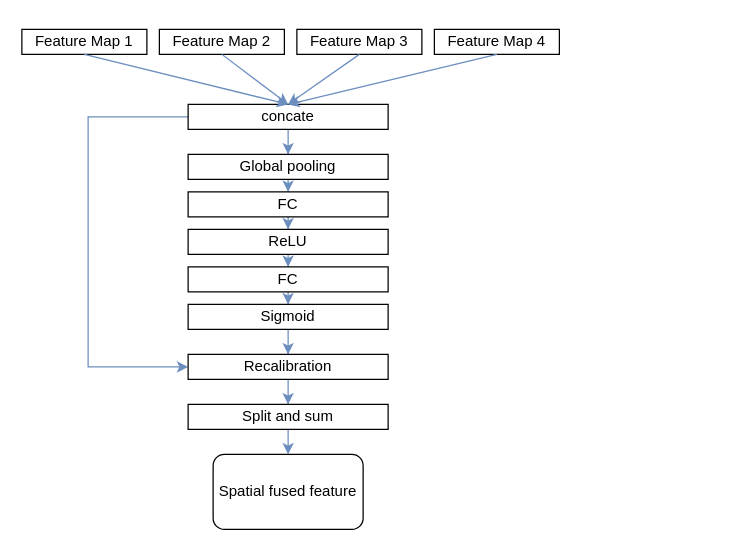
This is fusion module.drawio from foreverfruit/drawio_, a draw.io file, before an edit. Source tidied: cells renumbered, new cells numbered last; positions are measured from the earlier drawing's top-left corner, leaving out a move shared by most shapes. Both pictures are drawn from the tidied source at 125%, with x=0, y=0 at pixel (21, 29).
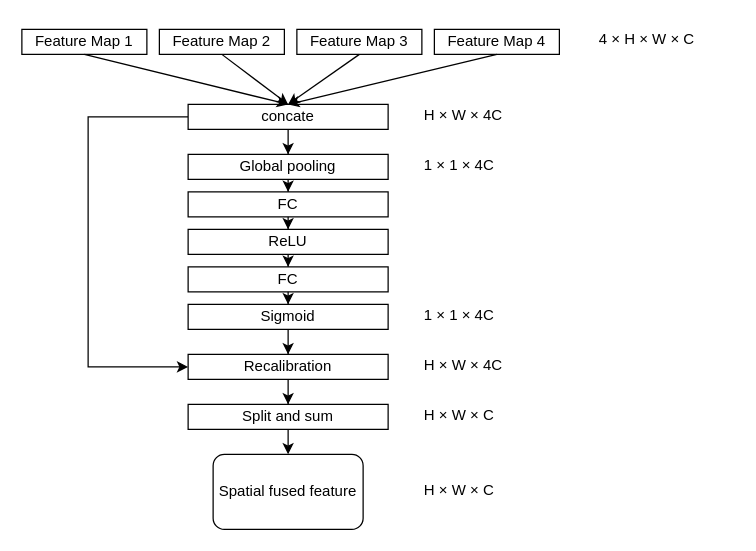
The same page after the edit.

Unchanged cells that the change refers to:
```xml
<mxCell id="2" value="Feature Map 1" style="rounded=0;whiteSpace=wrap;html=1;" parent="1" vertex="1">
  <mxGeometry width="100" height="20" as="geometry" />
</mxCell>
<mxCell id="3" value="Feature Map 2" style="rounded=0;whiteSpace=wrap;html=1;" parent="1" vertex="1">
  <mxGeometry x="110" width="100" height="20" as="geometry" />
</mxCell>
<mxCell id="4" value="Feature Map 3" style="rounded=0;whiteSpace=wrap;html=1;" parent="1" vertex="1">
  <mxGeometry x="220" width="100" height="20" as="geometry" />
</mxCell>
<mxCell id="5" value="Feature Map 4" style="rounded=0;whiteSpace=wrap;html=1;" parent="1" vertex="1">
  <mxGeometry x="330" width="100" height="20" as="geometry" />
</mxCell>
<mxCell id="8" value="concate" style="rounded=0;whiteSpace=wrap;html=1;" parent="1" vertex="1">
  <mxGeometry x="133" y="60" width="160" height="20" as="geometry" />
</mxCell>
<mxCell id="10" value="Global pooling" style="rounded=0;whiteSpace=wrap;html=1;" parent="1" vertex="1">
  <mxGeometry x="133" y="100" width="160" height="20" as="geometry" />
</mxCell>
<mxCell id="12" value="FC" style="rounded=0;whiteSpace=wrap;html=1;" parent="1" vertex="1">
  <mxGeometry x="133" y="130" width="160" height="20" as="geometry" />
</mxCell>
<mxCell id="14" value="ReLU" style="rounded=0;whiteSpace=wrap;html=1;" parent="1" vertex="1">
  <mxGeometry x="133" y="160" width="160" height="20" as="geometry" />
</mxCell>
<mxCell id="16" value="FC" style="rounded=0;whiteSpace=wrap;html=1;" parent="1" vertex="1">
  <mxGeometry x="133" y="190" width="160" height="20" as="geometry" />
</mxCell>
<mxCell id="18" value="Sigmoid" style="rounded=0;whiteSpace=wrap;html=1;" parent="1" vertex="1">
  <mxGeometry x="133" y="220" width="160" height="20" as="geometry" />
</mxCell>
<mxCell id="20" value="Recalibration" style="rounded=0;whiteSpace=wrap;html=1;" parent="1" vertex="1">
  <mxGeometry x="133" y="260" width="160" height="20" as="geometry" />
</mxCell>
<mxCell id="22" value="Split and sum" style="rounded=0;whiteSpace=wrap;html=1;" parent="1" vertex="1">
  <mxGeometry x="133" y="300" width="160" height="20" as="geometry" />
</mxCell>
```

The edit, as a diff of the source:
```diff
@@
-    <mxCell id="6" style="edgeStyle=orthogonalEdgeStyle;rounded=0;jettySize=auto;html=1;endArrow=classic;endFill=1;strokeColor=#6C8EBF;" parent="1" edge="1" source="8" target="10">
+    <mxCell id="6" style="edgeStyle=orthogonalEdgeStyle;rounded=0;jettySize=auto;html=1;endArrow=classic;endFill=1;strokeColor=#000000;" parent="1" edge="1" source="8" target="10">
       <mxGeometry relative="1" as="geometry" />
     </mxCell>
-    <mxCell id="7" style="edgeStyle=orthogonalEdgeStyle;rounded=0;jettySize=auto;html=1;endArrow=classic;endFill=1;strokeColor=#6C8EBF;entryX=0;entryY=0.5;entryDx=0;entryDy=0;" parent="1" edge="1" source="8" target="20">
+    <mxCell id="7" style="edgeStyle=orthogonalEdgeStyle;rounded=0;jettySize=auto;html=1;endArrow=classic;endFill=1;strokeColor=#000000;entryX=0;entryY=0.5;entryDx=0;entryDy=0;" parent="1" edge="1" source="8" target="20">
       <mxGeometry relative="1" as="geometry">
         <Array as="points">
           <mxPoint x="53" y="70" />
           <mxPoint x="53" y="270" />
         </Array>
       </mxGeometry>
     </mxCell>
@@
-    <mxCell id="9" style="edgeStyle=orthogonalEdgeStyle;rounded=0;jettySize=auto;html=1;endArrow=classic;endFill=1;strokeColor=#6C8EBF;" parent="1" edge="1" source="10" target="12">
+    <mxCell id="9" style="edgeStyle=orthogonalEdgeStyle;rounded=0;jettySize=auto;html=1;endArrow=classic;endFill=1;strokeColor=#000000;" parent="1" edge="1" source="10" target="12">
       <mxGeometry relative="1" as="geometry" />
     </mxCell>
@@
-    <mxCell id="11" style="edgeStyle=orthogonalEdgeStyle;rounded=0;jettySize=auto;html=1;endArrow=classic;endFill=1;strokeColor=#6C8EBF;" parent="1" edge="1" source="12" target="14">
+    <mxCell id="11" style="edgeStyle=orthogonalEdgeStyle;rounded=0;jettySize=auto;html=1;endArrow=classic;endFill=1;strokeColor=#000000;" parent="1" edge="1" source="12" target="14">
       <mxGeometry relative="1" as="geometry" />
     </mxCell>
@@
-    <mxCell id="13" style="edgeStyle=orthogonalEdgeStyle;rounded=0;jettySize=auto;html=1;endArrow=classic;endFill=1;strokeColor=#6C8EBF;" parent="1" edge="1" source="14" target="16">
+    <mxCell id="13" style="edgeStyle=orthogonalEdgeStyle;rounded=0;jettySize=auto;html=1;endArrow=classic;endFill=1;strokeColor=#000000;" parent="1" edge="1" source="14" target="16">
       <mxGeometry relative="1" as="geometry" />
     </mxCell>
@@
-    <mxCell id="15" style="edgeStyle=orthogonalEdgeStyle;rounded=0;jettySize=auto;html=1;endArrow=classic;endFill=1;strokeColor=#6C8EBF;" parent="1" edge="1" source="16" target="18">
+    <mxCell id="15" style="edgeStyle=orthogonalEdgeStyle;rounded=0;jettySize=auto;html=1;endArrow=classic;endFill=1;strokeColor=#000000;" parent="1" edge="1" source="16" target="18">
       <mxGeometry relative="1" as="geometry" />
     </mxCell>
@@
-    <mxCell id="17" style="edgeStyle=orthogonalEdgeStyle;rounded=0;jettySize=auto;html=1;endArrow=classic;endFill=1;strokeColor=#6C8EBF;" parent="1" edge="1" source="18" target="20">
+    <mxCell id="17" style="edgeStyle=orthogonalEdgeStyle;rounded=0;jettySize=auto;html=1;endArrow=classic;endFill=1;strokeColor=#000000;" parent="1" edge="1" source="18" target="20">
       <mxGeometry relative="1" as="geometry" />
     </mxCell>
@@
-    <mxCell id="19" style="edgeStyle=orthogonalEdgeStyle;rounded=0;jettySize=auto;html=1;endArrow=classic;endFill=1;strokeColor=#6C8EBF;" parent="1" edge="1" source="20" target="22">
+    <mxCell id="19" style="edgeStyle=orthogonalEdgeStyle;rounded=0;jettySize=auto;html=1;endArrow=classic;endFill=1;strokeColor=#000000;" parent="1" edge="1" source="20" target="22">
       <mxGeometry relative="1" as="geometry" />
     </mxCell>
@@
-    <mxCell id="21" style="edgeStyle=orthogonalEdgeStyle;rounded=0;jettySize=auto;html=1;endArrow=classic;endFill=1;strokeColor=#6C8EBF;" parent="1" edge="1" source="22">
+    <mxCell id="21" style="edgeStyle=orthogonalEdgeStyle;rounded=0;jettySize=auto;html=1;endArrow=classic;endFill=1;strokeColor=#000000;" parent="1" edge="1" source="22">
       <mxGeometry relative="1" as="geometry">
         <mxPoint x="213" y="340" as="targetPoint" />
       </mxGeometry>
     </mxCell>
@@
-    <mxCell id="25" style="endArrow=classic;html=1;strokeColor=#6C8EBF;exitX=0.5;exitY=1;exitDx=0;exitDy=0;endFill=1;entryX=0.5;entryY=0;entryDx=0;entryDy=0;" parent="1" edge="1" source="2" target="8">
+    <mxCell id="25" style="endArrow=classic;html=1;strokeColor=#000000;exitX=0.5;exitY=1;exitDx=0;exitDy=0;endFill=1;entryX=0.5;entryY=0;entryDx=0;entryDy=0;" parent="1" edge="1" source="2" target="8">
       <mxGeometry relative="1" as="geometry" />
     </mxCell>
-    <mxCell id="26" style="endArrow=classic;html=1;strokeColor=#6C8EBF;exitX=0.5;exitY=1;exitDx=0;exitDy=0;endFill=1;entryX=0.5;entryY=0;entryDx=0;entryDy=0;" parent="1" edge="1" source="3" target="8">
+    <mxCell id="26" style="endArrow=classic;html=1;strokeColor=#000000;exitX=0.5;exitY=1;exitDx=0;exitDy=0;endFill=1;entryX=0.5;entryY=0;entryDx=0;entryDy=0;" parent="1" edge="1" source="3" target="8">
       <mxGeometry relative="1" as="geometry" />
     </mxCell>
-    <mxCell id="27" style="endArrow=classic;html=1;strokeColor=#6C8EBF;endFill=1;exitX=0.5;exitY=1;exitDx=0;exitDy=0;entryX=0.5;entryY=0;entryDx=0;entryDy=0;" parent="1" edge="1" source="4" target="8">
+    <mxCell id="27" style="endArrow=classic;html=1;strokeColor=#000000;endFill=1;exitX=0.5;exitY=1;exitDx=0;exitDy=0;entryX=0.5;entryY=0;entryDx=0;entryDy=0;" parent="1" edge="1" source="4" target="8">
       <mxGeometry relative="1" as="geometry" />
     </mxCell>
-    <mxCell id="28" style="endArrow=classic;html=1;strokeColor=#6C8EBF;endFill=1;exitX=0.5;exitY=1;exitDx=0;exitDy=0;entryX=0.5;entryY=0;entryDx=0;entryDy=0;" parent="1" edge="1" source="5" target="8">
+    <mxCell id="28" style="endArrow=classic;html=1;strokeColor=#000000;endFill=1;exitX=0.5;exitY=1;exitDx=0;exitDy=0;entryX=0.5;entryY=0;entryDx=0;entryDy=0;" parent="1" edge="1" source="5" target="8">
       <mxGeometry relative="1" as="geometry" />
     </mxCell>
@@
+    <mxCell id="30" value="4 × H&amp;nbsp;× W × C" style="text;html=1;" parent="1" vertex="1">
+      <mxGeometry x="460" y="-6" width="110" height="30" as="geometry" />
+    </mxCell>
+    <mxCell id="31" value="H&amp;nbsp;× W × 4C" style="text;html=1;" parent="1" vertex="1">
+      <mxGeometry x="320" y="55" width="110" height="30" as="geometry" />
+    </mxCell>
+    <mxCell id="32" value="1&amp;nbsp;× 1 × 4C" style="text;html=1;" parent="1" vertex="1">
+      <mxGeometry x="320" y="95" width="110" height="30" as="geometry" />
+    </mxCell>
+    <mxCell id="33" value="1&amp;nbsp;× 1 × 4C" style="text;html=1;" parent="1" vertex="1">
+      <mxGeometry x="320" y="215" width="110" height="30" as="geometry" />
+    </mxCell>
+    <mxCell id="34" value="H&amp;nbsp;× W × 4C" style="text;html=1;" parent="1" vertex="1">
+      <mxGeometry x="320" y="255" width="110" height="30" as="geometry" />
+    </mxCell>
+    <mxCell id="35" value="H&amp;nbsp;× W × C" style="text;html=1;" parent="1" vertex="1">
+      <mxGeometry x="320" y="295" width="110" height="30" as="geometry" />
+    </mxCell>
+    <mxCell id="36" value="H&amp;nbsp;× W × C" style="text;html=1;" parent="1" vertex="1">
+      <mxGeometry x="320" y="355" width="110" height="30" as="geometry" />
+    </mxCell>
```
